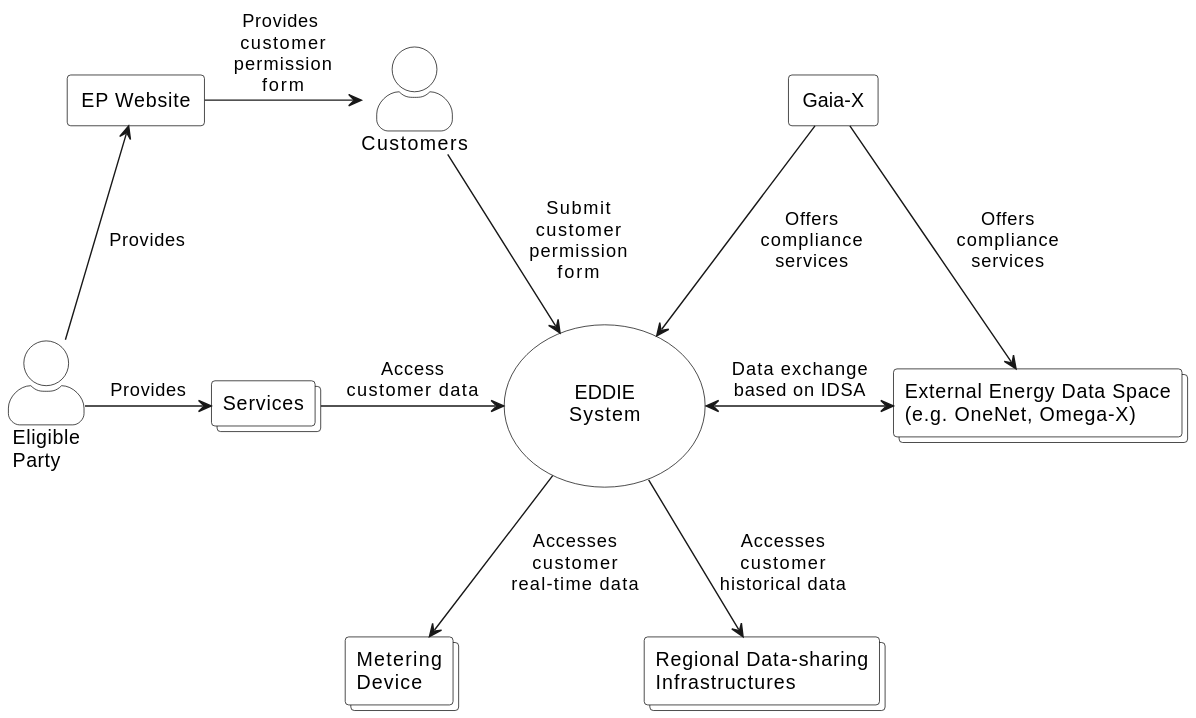
The PlantUML diagram arc42/system-scope-and-context/figures/context-diagram-dataspace.svg in eddie-energy/architecture, before a commit.
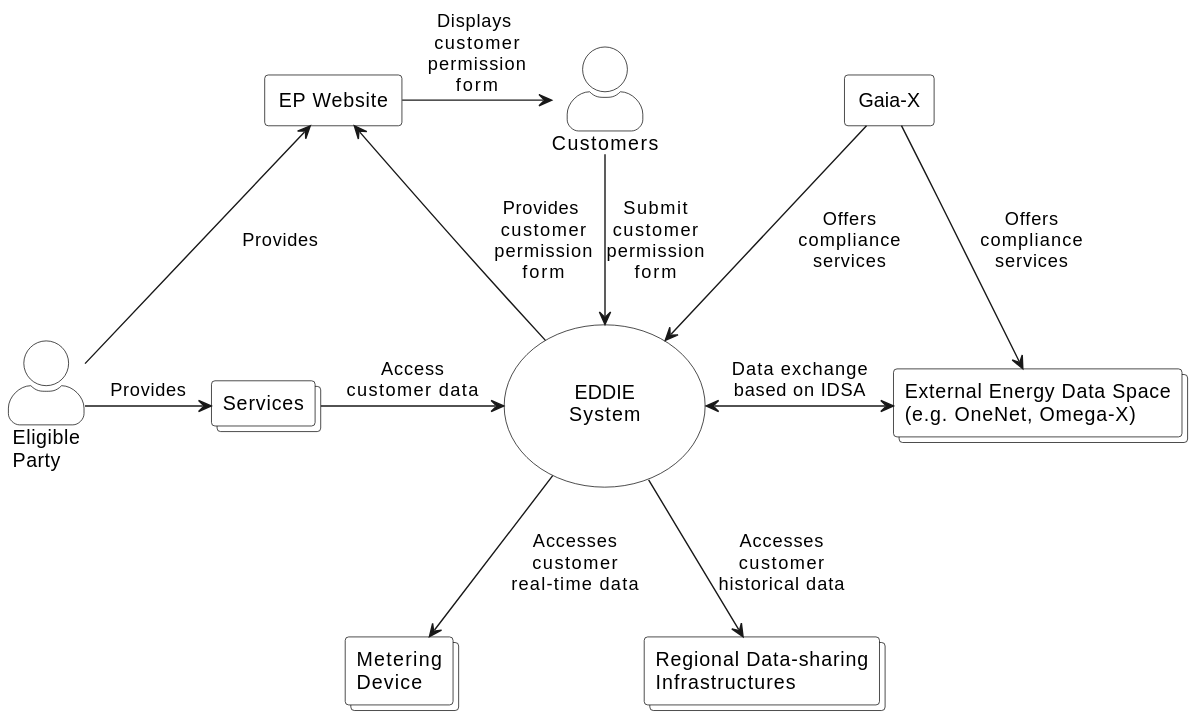
Above is the later version.

Commit message:
minor update on the customer permission form

What changed in the source:
```diff
@@ -37,13 +37,14 @@
 service -right-> eddie : Access\ncustomer data
 eddie -down-> regionalData : Accesses\ncustomer\nhistorical data
 eddie -down-> smartMeter : Accesses\ncustomer\nreal-time data
+eddie -left-> website : Provides \ncustomer\npermission\nform
 smartMeter -[hidden] regionalData : \t\t\t
 
 
 ep -right-> service : Provides
 ep -up-> website : Provides
 
-website -right-> customer : Provides \ncustomer\npermission\nform
+website -right-> customer : Displays \ncustomer\npermission\nform
 customer -down-> eddie : Submit\ncustomer\npermission\nform
-customer -[hidden]right- gaiaX : \t\t\t\t\t\t
+customer -[hidden]right- gaiaX : \t\t\t
 @enduml
```
